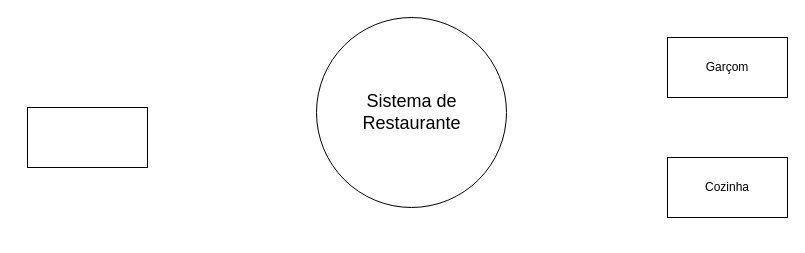
Above: restauranteDFD0.drawio in mariioka/Diagramas (draw.io), before the change. Source tidied: cells renumbered, new cells numbered last; positions are measured from the earlier drawing's top-left corner, leaving out a move shared by most shapes. Both pictures are drawn from the tidied source at 100%, with x=0, y=0 at pixel (27, 17).
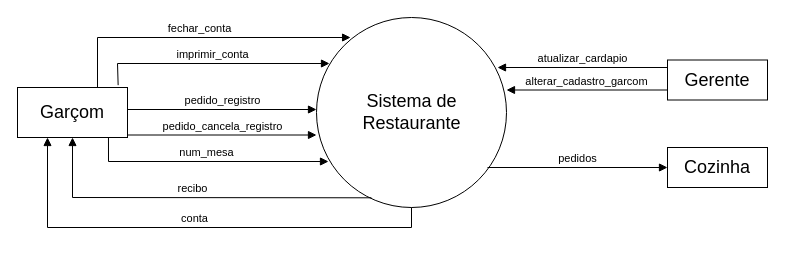
After the change.

The change refers to these unchanged cells:
```xml
<mxCell id="2" style="ellipse;whiteSpace=wrap;html=1;" parent="1" vertex="1">
  <mxGeometry x="289" width="190" height="190" as="geometry" />
</mxCell>
```

Change to the diagram source:
```diff
@@
-    <mxCell id="3" style="rounded=0;whiteSpace=wrap;html=1;" parent="1" vertex="1">
-      <mxGeometry y="90" width="120" height="60" as="geometry" />
-    </mxCell>
     <mxCell id="4" style="rounded=0;whiteSpace=wrap;html=1;" parent="1" vertex="1">
-      <mxGeometry x="640" y="20" width="120" height="60" as="geometry" />
+      <mxGeometry x="-10" y="70" width="110" height="50" as="geometry" />
     </mxCell>
-    <mxCell id="5" style="rounded=0;whiteSpace=wrap;html=1;" parent="1" vertex="1">
-      <mxGeometry x="640" y="140" width="120" height="60" as="geometry" />
-    </mxCell>
-    <mxCell id="6" value="Garçom" style="text;html=1;align=center;verticalAlign=middle;whiteSpace=wrap;rounded=0;" parent="1" vertex="1">
-      <mxGeometry x="670" y="35" width="60" height="30" as="geometry" />
+    <mxCell id="6" value="&lt;font style=&quot;font-size: 18px;&quot;&gt;Garçom&lt;/font&gt;" style="text;html=1;align=center;verticalAlign=middle;whiteSpace=wrap;rounded=0;" parent="1" vertex="1">
+      <mxGeometry x="10" y="82.5" width="70" height="25" as="geometry" />
     </mxCell>
-    <mxCell id="7" value="Cozinha" style="text;html=1;align=center;verticalAlign=middle;whiteSpace=wrap;rounded=0;" parent="1" vertex="1">
-      <mxGeometry x="670" y="155" width="60" height="30" as="geometry" />
-    </mxCell>
@@
+    <mxCell id="10" value="pedido_registro" style="html=1;verticalAlign=bottom;endArrow=block;curved=0;rounded=0;entryX=0;entryY=0.5;entryDx=0;entryDy=0;" parent="1" edge="1">
+      <mxGeometry relative="1" as="geometry">
+        <mxPoint x="100" y="92" as="sourcePoint" />
+        <mxPoint x="289" y="92" as="targetPoint" />
+      </mxGeometry>
+    </mxCell>
+    <mxCell id="11" value="pedido_cancela_registro" style="html=1;verticalAlign=bottom;endArrow=block;curved=0;rounded=0;entryX=0;entryY=0.5;entryDx=0;entryDy=0;" parent="1" edge="1">
+      <mxGeometry relative="1" as="geometry">
+        <mxPoint x="100" y="117.5" as="sourcePoint" />
+        <mxPoint x="289" y="117.5" as="targetPoint" />
+      </mxGeometry>
+    </mxCell>
+    <mxCell id="12" value="num_mesa" style="html=1;verticalAlign=bottom;endArrow=block;curved=0;rounded=0;exitX=0.827;exitY=1;exitDx=0;exitDy=0;exitPerimeter=0;" parent="1" edge="1" source="4">
+      <mxGeometry relative="1" as="geometry">
+        <mxPoint x="301" y="144" as="targetPoint" />
+        <Array as="points">
+          <mxPoint x="81" y="144" />
+        </Array>
+      </mxGeometry>
+    </mxCell>
+    <mxCell id="13" value="imprimir_conta" style="html=1;verticalAlign=bottom;endArrow=block;curved=0;rounded=0;exitX=0.915;exitY=-0.047;exitDx=0;exitDy=0;exitPerimeter=0;entryX=0.188;entryY=0.896;entryDx=0;entryDy=0;entryPerimeter=0;" parent="1" edge="1" source="4">
+      <mxGeometry relative="1" as="geometry">
+        <mxPoint x="302" y="46" as="targetPoint" />
+        <Array as="points">
+          <mxPoint x="90" y="46" />
+        </Array>
+      </mxGeometry>
+    </mxCell>
+    <mxCell id="14" value="fechar_conta" style="html=1;verticalAlign=bottom;endArrow=block;curved=0;rounded=0;entryX=0.111;entryY=0.158;entryDx=0;entryDy=0;entryPerimeter=0;" parent="1" edge="1">
+      <mxGeometry relative="1" as="geometry">
+        <mxPoint x="70" y="70" as="sourcePoint" />
+        <mxPoint x="323.1" y="20" as="targetPoint" />
+        <Array as="points">
+          <mxPoint x="70" y="20" />
+        </Array>
+      </mxGeometry>
+    </mxCell>
+    <mxCell id="15" value="recibo" style="html=1;verticalAlign=bottom;endArrow=block;curved=0;rounded=0;entryX=0.5;entryY=1;entryDx=0;entryDy=0;exitX=0.289;exitY=0.949;exitDx=0;exitDy=0;exitPerimeter=0;" parent="1" edge="1" source="2" target="4">
+      <mxGeometry relative="1" as="geometry">
+        <Array as="points">
+          <mxPoint x="45" y="180" />
+        </Array>
+      </mxGeometry>
+    </mxCell>
+    <mxCell id="16" value="conta" style="html=1;verticalAlign=bottom;endArrow=block;curved=0;rounded=0;entryX=0.5;entryY=1;entryDx=0;entryDy=0;exitX=0.5;exitY=1;exitDx=0;exitDy=0;" parent="1" edge="1" source="2">
+      <mxGeometry relative="1" as="geometry">
+        <mxPoint x="20" y="120" as="targetPoint" />
+        <Array as="points">
+          <mxPoint x="384" y="210" />
+          <mxPoint x="20" y="210" />
+        </Array>
+      </mxGeometry>
+    </mxCell>
+    <mxCell id="17" value="&lt;font style=&quot;font-size: 18px;&quot;&gt;Gerente&lt;/font&gt;" style="whiteSpace=wrap;html=1;align=center;" parent="1" vertex="1">
+      <mxGeometry x="640" y="42.5" width="100" height="40" as="geometry" />
+    </mxCell>
+    <mxCell id="18" value="&lt;div&gt;atualizar_cardapio&lt;/div&gt;" style="html=1;verticalAlign=bottom;endArrow=block;curved=0;rounded=0;" parent="1" edge="1">
+      <mxGeometry relative="1" as="geometry">
+        <mxPoint x="640" y="50" as="sourcePoint" />
+        <mxPoint x="470" y="50" as="targetPoint" />
+      </mxGeometry>
+    </mxCell>
+    <mxCell id="19" value="&lt;div&gt;alterar_cadastro_garcom&lt;/div&gt;" style="html=1;verticalAlign=bottom;endArrow=block;curved=0;rounded=0;exitX=0;exitY=0.75;exitDx=0;exitDy=0;" parent="1" edge="1" source="17">
+      <mxGeometry relative="1" as="geometry">
+        <mxPoint x="479" y="72.5" as="targetPoint" />
+      </mxGeometry>
+    </mxCell>
+    <mxCell id="7" value="&lt;font style=&quot;font-size: 18px;&quot;&gt;Cozinha&lt;/font&gt;" style="whiteSpace=wrap;html=1;align=center;" parent="1" vertex="1">
+      <mxGeometry x="640" y="130" width="100" height="40" as="geometry" />
+    </mxCell>
+    <mxCell id="20" value="pedidos" style="html=1;verticalAlign=bottom;endArrow=block;curved=0;rounded=0;entryX=0;entryY=0.5;entryDx=0;entryDy=0;" parent="1" edge="1" target="7">
+      <mxGeometry relative="1" as="geometry">
+        <mxPoint x="460" y="150" as="sourcePoint" />
+      </mxGeometry>
+    </mxCell>
```
